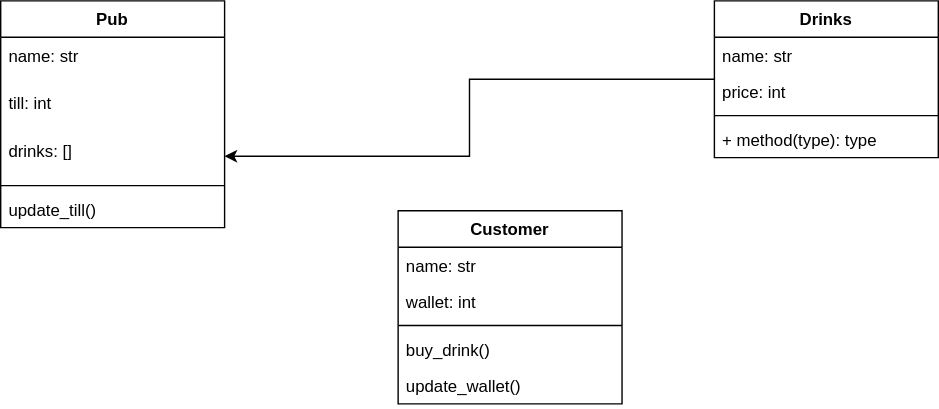
ecoBela/pub_lab_wk2_day3 keeps this draw.io diagram as Class_diagrams.svg. Above is the earlier version. Source tidied: cells renumbered, new cells last; positions are measured from the earlier drawing's top-left corner, leaving out a move shared by most shapes.
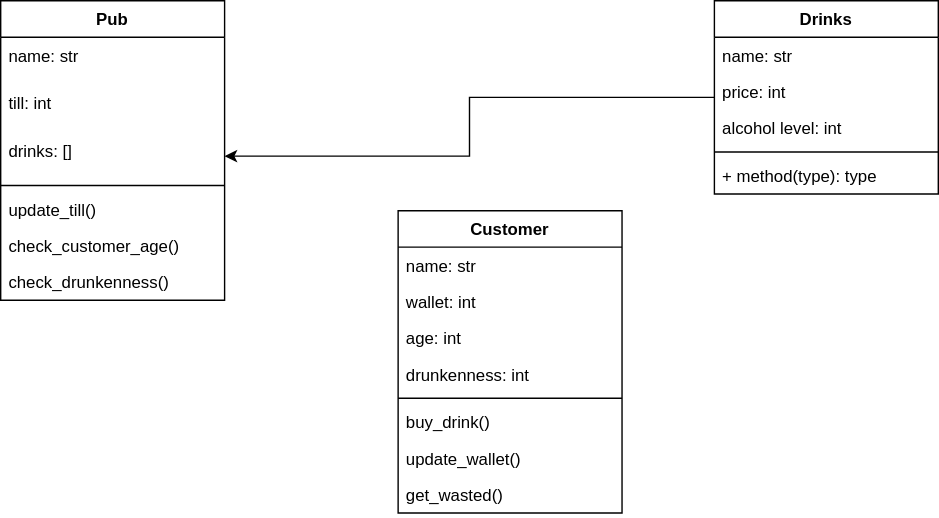
The same file after the commit.

Commit message:
Age check passed

Diff of the diagram source:
```diff
@@ -3,7 +3,7 @@
     <mxCell id="0" />
     <mxCell id="1" parent="0" />
     <mxCell id="2" value="Pub" style="swimlane;fontStyle=1;align=center;verticalAlign=top;horizontal=1;startSize=26;" parent="1" vertex="1">
-      <mxGeometry width="160" height="162" as="geometry" />
+      <mxGeometry width="160" height="214" as="geometry" />
     </mxCell>
     <mxCell id="3" value="name: str&#10;" style="text;strokeColor=none;fillColor=none;align=left;verticalAlign=top;spacingLeft=4;spacingRight=4;overflow=hidden;" parent="2" vertex="1">
       <mxGeometry y="26" width="160" height="34" as="geometry" />
@@ -20,11 +20,17 @@
     <mxCell id="7" value="update_till()" style="text;strokeColor=none;fillColor=none;align=left;verticalAlign=top;spacingLeft=4;spacingRight=4;overflow=hidden;" parent="2" vertex="1">
       <mxGeometry y="136" width="160" height="26" as="geometry" />
     </mxCell>
+    <mxCell id="20" value="check_customer_age()" style="text;strokeColor=none;fillColor=none;align=left;verticalAlign=top;spacingLeft=4;spacingRight=4;overflow=hidden;" parent="2" vertex="1">
+      <mxGeometry y="162" width="160" height="26" as="geometry" />
+    </mxCell>
+    <mxCell id="21" value="check_drunkenness()" style="text;strokeColor=none;fillColor=none;align=left;verticalAlign=top;spacingLeft=4;spacingRight=4;overflow=hidden;" parent="2" vertex="1">
+      <mxGeometry y="188" width="160" height="26" as="geometry" />
+    </mxCell>
     <mxCell id="8" style="edgeStyle=orthogonalEdgeStyle;rounded=0;jettySize=auto;html=1;" parent="1" edge="1" source="9" target="5">
       <mxGeometry relative="1" as="geometry" />
     </mxCell>
     <mxCell id="9" value="Drinks" style="swimlane;fontStyle=1;align=center;verticalAlign=top;horizontal=1;startSize=26;" parent="1" vertex="1">
-      <mxGeometry x="510" width="160" height="112" as="geometry" />
+      <mxGeometry x="510" width="160" height="138" as="geometry" />
     </mxCell>
     <mxCell id="10" value="name: str" style="text;strokeColor=none;fillColor=none;align=left;verticalAlign=top;spacingLeft=4;spacingRight=4;overflow=hidden;" parent="9" vertex="1">
       <mxGeometry y="26" width="160" height="26" as="geometry" />
@@ -32,14 +38,17 @@
     <mxCell id="11" value="price: int" style="text;strokeColor=none;fillColor=none;align=left;verticalAlign=top;spacingLeft=4;spacingRight=4;overflow=hidden;" parent="9" vertex="1">
       <mxGeometry y="52" width="160" height="26" as="geometry" />
     </mxCell>
+    <mxCell id="22" value="alcohol level: int" style="text;strokeColor=none;fillColor=none;align=left;verticalAlign=top;spacingLeft=4;spacingRight=4;overflow=hidden;" parent="9" vertex="1">
+      <mxGeometry y="78" width="160" height="26" as="geometry" />
+    </mxCell>
     <mxCell id="12" style="line;strokeWidth=1;fillColor=none;align=left;verticalAlign=middle;spacingTop=-1;spacingLeft=3;spacingRight=3;labelPosition=right;" parent="9" vertex="1">
-      <mxGeometry y="78" width="160" height="8" as="geometry" />
+      <mxGeometry y="104" width="160" height="8" as="geometry" />
     </mxCell>
     <mxCell id="13" value="+ method(type): type" style="text;strokeColor=none;fillColor=none;align=left;verticalAlign=top;spacingLeft=4;spacingRight=4;overflow=hidden;" parent="9" vertex="1">
-      <mxGeometry y="86" width="160" height="26" as="geometry" />
+      <mxGeometry y="112" width="160" height="26" as="geometry" />
     </mxCell>
     <mxCell id="14" value="Customer" style="swimlane;fontStyle=1;align=center;verticalAlign=top;horizontal=1;startSize=26;" parent="1" vertex="1">
-      <mxGeometry x="284" y="150" width="160" height="138" as="geometry" />
+      <mxGeometry x="284" y="150" width="160" height="216" as="geometry" />
     </mxCell>
     <mxCell id="15" value="name: str" style="text;strokeColor=none;fillColor=none;align=left;verticalAlign=top;spacingLeft=4;spacingRight=4;overflow=hidden;" parent="14" vertex="1">
       <mxGeometry y="26" width="160" height="26" as="geometry" />
@@ -47,14 +56,23 @@
     <mxCell id="16" value="wallet: int" style="text;strokeColor=none;fillColor=none;align=left;verticalAlign=top;spacingLeft=4;spacingRight=4;overflow=hidden;" parent="14" vertex="1">
       <mxGeometry y="52" width="160" height="26" as="geometry" />
     </mxCell>
+    <mxCell id="23" value="age: int" style="text;strokeColor=none;fillColor=none;align=left;verticalAlign=top;spacingLeft=4;spacingRight=4;overflow=hidden;" parent="14" vertex="1">
+      <mxGeometry y="78" width="160" height="26" as="geometry" />
+    </mxCell>
+    <mxCell id="24" value="drunkenness: int" style="text;strokeColor=none;fillColor=none;align=left;verticalAlign=top;spacingLeft=4;spacingRight=4;overflow=hidden;" parent="14" vertex="1">
+      <mxGeometry y="104" width="160" height="26" as="geometry" />
+    </mxCell>
     <mxCell id="17" style="line;strokeWidth=1;fillColor=none;align=left;verticalAlign=middle;spacingTop=-1;spacingLeft=3;spacingRight=3;labelPosition=right;" parent="14" vertex="1">
-      <mxGeometry y="78" width="160" height="8" as="geometry" />
+      <mxGeometry y="130" width="160" height="8" as="geometry" />
     </mxCell>
     <mxCell id="18" value="buy_drink()" style="text;strokeColor=none;fillColor=none;align=left;verticalAlign=top;spacingLeft=4;spacingRight=4;overflow=hidden;" parent="14" vertex="1">
-      <mxGeometry y="86" width="160" height="26" as="geometry" />
+      <mxGeometry y="138" width="160" height="26" as="geometry" />
     </mxCell>
     <mxCell id="19" value="update_wallet()" style="text;strokeColor=none;fillColor=none;align=left;verticalAlign=top;spacingLeft=4;spacingRight=4;overflow=hidden;" parent="14" vertex="1">
-      <mxGeometry y="112" width="160" height="26" as="geometry" />
+      <mxGeometry y="164" width="160" height="26" as="geometry" />
     </mxCell>
+    <mxCell id="25" value="get_wasted()" style="text;strokeColor=none;fillColor=none;align=left;verticalAlign=top;spacingLeft=4;spacingRight=4;overflow=hidden;" parent="14" vertex="1">
+      <mxGeometry y="190" width="160" height="26" as="geometry" />
+    </mxCell>
   </root>
 </mxGraphModel>
```
